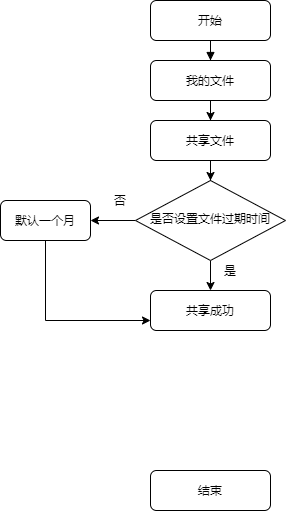
deepinsea/draw keeps this draw.io diagram as 文件共享流程图.png. Above is the earlier version. Source tidied: cells renumbered, new cells last; positions are measured from the earlier drawing's top-left corner, leaving out a move shared by most shapes.
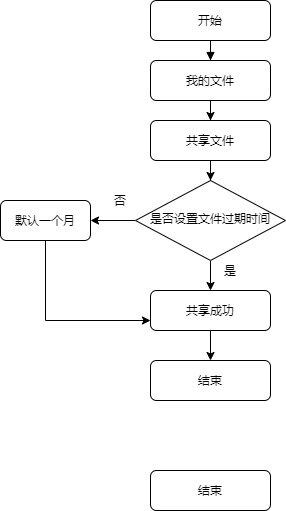
After the change.

Commit message:
更新文件共享流程图.png

Change to the diagram source:
```diff
@@ -42,6 +42,9 @@
     <mxCell id="13" value="默认一个月" style="rounded=1;whiteSpace=wrap;html=1;fontSize=12;glass=0;strokeWidth=1;shadow=0;" parent="1" vertex="1">
       <mxGeometry y="200" width="90" height="40" as="geometry" />
     </mxCell>
+    <mxCell id="17" style="edgeStyle=orthogonalEdgeStyle;rounded=0;jettySize=auto;html=1;entryX=0.5;entryY=0;entryDx=0;entryDy=0;" parent="1" edge="1" source="14" target="18">
+      <mxGeometry relative="1" as="geometry" />
+    </mxCell>
     <mxCell id="14" value="共享成功" style="rounded=1;whiteSpace=wrap;html=1;fontSize=12;glass=0;strokeWidth=1;shadow=0;" parent="1" vertex="1">
       <mxGeometry x="150" y="290" width="120" height="40" as="geometry" />
     </mxCell>
@@ -51,5 +54,8 @@
     <mxCell id="16" value="是" style="text;html=1;strokeColor=none;fillColor=none;align=center;verticalAlign=middle;whiteSpace=wrap;rounded=0;" parent="1" vertex="1">
       <mxGeometry x="210" y="260" width="40" height="20" as="geometry" />
     </mxCell>
+    <mxCell id="18" value="结束" style="rounded=1;whiteSpace=wrap;html=1;fontSize=12;glass=0;strokeWidth=1;shadow=0;" parent="1" vertex="1">
+      <mxGeometry x="150" y="360" width="120" height="40" as="geometry" />
+    </mxCell>
   </root>
 </mxGraphModel>
```
